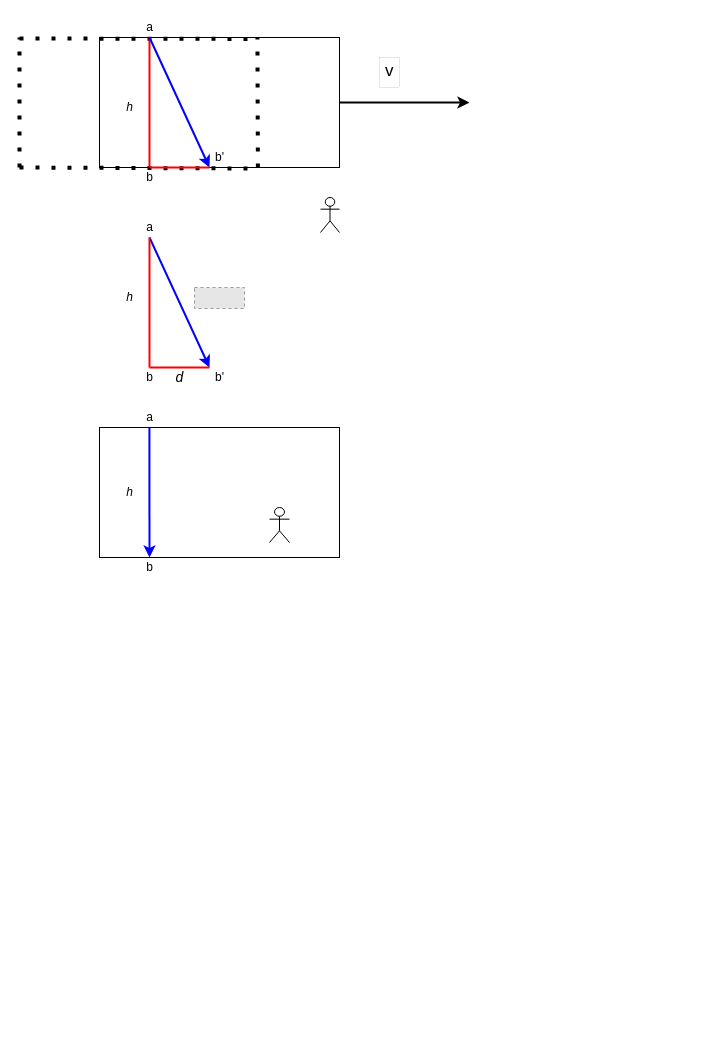
The draw.io diagram Untitled Diagram.drawio in RefractiveIndexbellow1/Math-ia-diagrams, before the edit. Source tidied: cells renumbered, new cells numbered last; positions are measured from the earlier drawing's top-left corner, leaving out a move shared by most shapes. Both pictures are drawn from the tidied source at 100%, with x=0, y=0 at pixel (19, 17). Pictures stored in the file or linked from it are replaced by grey dashed boxes.
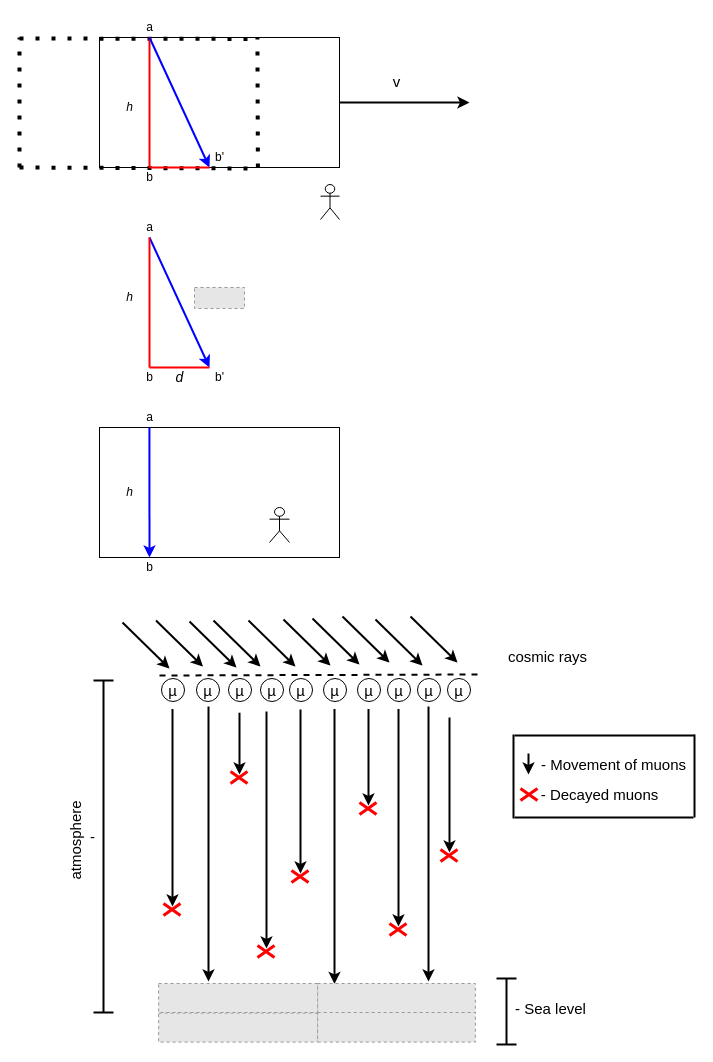
After the change.

The edit, as a diff of the source:
```diff
@@
-    <mxCell id="8" value="&lt;font color=&quot;#000000&quot;&gt;v&lt;/font&gt;" style="strokeWidth=0;shadow=0;dashed=0;align=center;html=1;shape=mxgraph.mockup.text.textBox;fontColor=#666666;align=left;fontSize=17;spacingLeft=4;spacingTop=-3;strokeColor=#000000;mainText=;" parent="1" vertex="1">
-      <mxGeometry x="360" y="40" width="20" height="30" as="geometry" />
-    </mxCell>
@@
     <mxCell id="31" style="shape=umlActor;verticalLabelPosition=bottom;verticalAlign=top;html=1;fontColor=#000000;strokeColor=#000000;strokeWidth=1;" parent="1" vertex="1">
-      <mxGeometry x="301" y="180" width="19" height="35" as="geometry" />
+      <mxGeometry x="301" y="167" width="19" height="35" as="geometry" />
     </mxCell>
+    <mxCell id="8" value="&lt;font style=&quot;font-size: 15px&quot;&gt;v&lt;/font&gt;" style="text;html=1;align=center;verticalAlign=middle;strokeColor=none;fillColor=none;fontColor=#000000;" parent="1" vertex="1">
+      <mxGeometry x="368" y="54" width="18" height="19" as="geometry" />
+    </mxCell>
+    <mxCell id="32" style="endArrow=none;dashed=1;html=1;rounded=0;fontSize=15;fontColor=#000000;endSize=6;strokeColor=#000000;strokeWidth=2;" parent="1" edge="1">
+      <mxGeometry relative="1" as="geometry">
+        <mxPoint x="140" y="658" as="sourcePoint" />
+        <mxPoint x="458" y="657" as="targetPoint" />
+      </mxGeometry>
+    </mxCell>
+    <mxCell id="33" value="µ" style="ellipse;whiteSpace=wrap;html=1;fontSize=15;fontColor=#000000;strokeColor=#000000;strokeWidth=1;" parent="1" vertex="1">
+      <mxGeometry x="177" y="661" width="23" height="23" as="geometry" />
+    </mxCell>
+    <mxCell id="34" value="µ" style="ellipse;whiteSpace=wrap;html=1;fontSize=15;fontColor=#000000;strokeColor=#000000;strokeWidth=1;" parent="1" vertex="1">
+      <mxGeometry x="338" y="661" width="23" height="23" as="geometry" />
+    </mxCell>
+    <mxCell id="35" value="µ" style="ellipse;whiteSpace=wrap;html=1;fontSize=15;fontColor=#000000;strokeColor=#000000;strokeWidth=1;" parent="1" vertex="1">
+      <mxGeometry x="270" y="661" width="23" height="23" as="geometry" />
+    </mxCell>
+    <mxCell id="36" value="µ" style="ellipse;whiteSpace=wrap;html=1;fontSize=15;fontColor=#000000;strokeColor=#000000;strokeWidth=1;" parent="1" vertex="1">
+      <mxGeometry x="209" y="661" width="23" height="23" as="geometry" />
+    </mxCell>
+    <mxCell id="37" value="µ" style="ellipse;whiteSpace=wrap;html=1;fontSize=15;fontColor=#000000;strokeColor=#000000;strokeWidth=1;" parent="1" vertex="1">
+      <mxGeometry x="368" y="661" width="23" height="23" as="geometry" />
+    </mxCell>
+    <mxCell id="38" value="µ" style="ellipse;whiteSpace=wrap;html=1;fontSize=15;fontColor=#000000;strokeColor=#000000;strokeWidth=1;" parent="1" vertex="1">
+      <mxGeometry x="142" y="661" width="23" height="23" as="geometry" />
+    </mxCell>
+    <mxCell id="39" value="µ" style="ellipse;whiteSpace=wrap;html=1;fontSize=15;fontColor=#000000;strokeColor=#000000;strokeWidth=1;" parent="1" vertex="1">
+      <mxGeometry x="398" y="661" width="23" height="23" as="geometry" />
+    </mxCell>
+    <mxCell id="40" value="µ" style="ellipse;whiteSpace=wrap;html=1;fontSize=15;fontColor=#000000;strokeColor=#000000;strokeWidth=1;" parent="1" vertex="1">
+      <mxGeometry x="304" y="661" width="23" height="23" as="geometry" />
+    </mxCell>
+    <mxCell id="41" value="µ" style="ellipse;whiteSpace=wrap;html=1;fontSize=15;fontColor=#000000;strokeColor=#000000;strokeWidth=1;" parent="1" vertex="1">
+      <mxGeometry x="241" y="661" width="23" height="23" as="geometry" />
+    </mxCell>
+    <mxCell id="42" value="µ" style="ellipse;whiteSpace=wrap;html=1;fontSize=15;fontColor=#000000;strokeColor=#000000;strokeWidth=1;" parent="1" vertex="1">
+      <mxGeometry x="428" y="661" width="23" height="23" as="geometry" />
+    </mxCell>
+    <mxCell id="43" style="endArrow=classic;html=1;rounded=0;fontSize=15;fontColor=#000000;endSize=6;strokeColor=#000000;strokeWidth=2;" parent="1" edge="1">
+      <mxGeometry relative="1" as="geometry">
+        <mxPoint x="103" y="605" as="sourcePoint" />
+        <mxPoint x="150" y="651" as="targetPoint" />
+      </mxGeometry>
+    </mxCell>
+    <mxCell id="44" style="endArrow=classic;html=1;rounded=0;fontSize=15;fontColor=#000000;endSize=6;strokeColor=#000000;strokeWidth=2;" parent="1" edge="1">
+      <mxGeometry relative="1" as="geometry">
+        <mxPoint x="136.5" y="603" as="sourcePoint" />
+        <mxPoint x="183.5" y="649" as="targetPoint" />
+      </mxGeometry>
+    </mxCell>
+    <mxCell id="45" style="endArrow=classic;html=1;rounded=0;fontSize=15;fontColor=#000000;endSize=6;strokeColor=#000000;strokeWidth=2;" parent="1" edge="1">
+      <mxGeometry relative="1" as="geometry">
+        <mxPoint x="170" y="604" as="sourcePoint" />
+        <mxPoint x="217" y="650" as="targetPoint" />
+      </mxGeometry>
+    </mxCell>
+    <mxCell id="46" style="endArrow=classic;html=1;rounded=0;fontSize=15;fontColor=#000000;endSize=6;strokeColor=#000000;strokeWidth=2;" parent="1" edge="1">
+      <mxGeometry relative="1" as="geometry">
+        <mxPoint x="264" y="602" as="sourcePoint" />
+        <mxPoint x="311" y="648" as="targetPoint" />
+      </mxGeometry>
+    </mxCell>
+    <mxCell id="47" style="endArrow=classic;html=1;rounded=0;fontSize=15;fontColor=#000000;endSize=6;strokeColor=#000000;strokeWidth=2;" parent="1" edge="1">
+      <mxGeometry relative="1" as="geometry">
+        <mxPoint x="229" y="603" as="sourcePoint" />
+        <mxPoint x="276" y="649" as="targetPoint" />
+      </mxGeometry>
+    </mxCell>
+    <mxCell id="48" style="endArrow=classic;html=1;rounded=0;fontSize=15;fontColor=#000000;endSize=6;strokeColor=#000000;strokeWidth=2;" parent="1" edge="1">
+      <mxGeometry relative="1" as="geometry">
+        <mxPoint x="194" y="603" as="sourcePoint" />
+        <mxPoint x="241" y="649" as="targetPoint" />
+      </mxGeometry>
+    </mxCell>
+    <mxCell id="49" style="endArrow=classic;html=1;rounded=0;fontSize=15;fontColor=#000000;endSize=6;strokeColor=#000000;strokeWidth=2;" parent="1" edge="1">
+      <mxGeometry relative="1" as="geometry">
+        <mxPoint x="391" y="599" as="sourcePoint" />
+        <mxPoint x="438" y="645" as="targetPoint" />
+      </mxGeometry>
+    </mxCell>
+    <mxCell id="50" style="endArrow=classic;html=1;rounded=0;fontSize=15;fontColor=#000000;endSize=6;strokeColor=#000000;strokeWidth=2;" parent="1" edge="1">
+      <mxGeometry relative="1" as="geometry">
+        <mxPoint x="356" y="602" as="sourcePoint" />
+        <mxPoint x="403" y="648" as="targetPoint" />
+      </mxGeometry>
+    </mxCell>
+    <mxCell id="51" style="endArrow=classic;html=1;rounded=0;fontSize=15;fontColor=#000000;endSize=6;strokeColor=#000000;strokeWidth=2;" parent="1" edge="1">
+      <mxGeometry relative="1" as="geometry">
+        <mxPoint x="323" y="599" as="sourcePoint" />
+        <mxPoint x="370" y="645" as="targetPoint" />
+      </mxGeometry>
+    </mxCell>
+    <mxCell id="52" style="endArrow=classic;html=1;rounded=0;fontSize=15;fontColor=#000000;endSize=6;strokeColor=#000000;strokeWidth=2;" parent="1" edge="1">
+      <mxGeometry relative="1" as="geometry">
+        <mxPoint x="293" y="601" as="sourcePoint" />
+        <mxPoint x="340" y="647" as="targetPoint" />
+      </mxGeometry>
+    </mxCell>
+    <mxCell id="53" value="cosmic rays" style="text;html=1;align=center;verticalAlign=middle;strokeColor=none;fillColor=none;fontSize=15;fontColor=#000000;" parent="1" vertex="1">
+      <mxGeometry x="483" y="628" width="89" height="22" as="geometry" />
+    </mxCell>
+    <mxCell id="54" value="atmosphere&lt;br&gt;" style="text;html=1;align=center;verticalAlign=middle;strokeColor=none;fillColor=none;fontSize=15;fontColor=#000000;rotation=270;" parent="1" vertex="1">
+      <mxGeometry x="11" y="813" width="89" height="22" as="geometry" />
+    </mxCell>
+    <mxCell id="55" style="shape=crossbar;whiteSpace=wrap;html=1;rounded=1;direction=south;fontSize=15;fontColor=#000000;strokeColor=#000000;strokeWidth=2;" parent="1" vertex="1">
+      <mxGeometry x="74" y="663" width="20" height="332" as="geometry" />
+    </mxCell>
+    <mxCell id="56" style="endArrow=classic;html=1;rounded=0;fontSize=15;fontColor=#000000;endSize=6;strokeColor=#000000;strokeWidth=2;" parent="1" edge="1">
+      <mxGeometry relative="1" as="geometry">
+        <mxPoint x="153" y="691.5" as="sourcePoint" />
+        <mxPoint x="153" y="889" as="targetPoint" />
+      </mxGeometry>
+    </mxCell>
+    <mxCell id="57" style="endArrow=classic;html=1;rounded=0;fontSize=15;fontColor=#000000;endSize=6;strokeColor=#000000;strokeWidth=2;" parent="1" edge="1">
+      <mxGeometry relative="1" as="geometry">
+        <mxPoint x="189" y="689" as="sourcePoint" />
+        <mxPoint x="189" y="964" as="targetPoint" />
+      </mxGeometry>
+    </mxCell>
+    <mxCell id="58" style="endArrow=classic;html=1;rounded=0;fontSize=15;fontColor=#000000;endSize=6;strokeColor=#000000;strokeWidth=2;" parent="1" edge="1">
+      <mxGeometry relative="1" as="geometry">
+        <mxPoint x="247" y="694" as="sourcePoint" />
+        <mxPoint x="247" y="931" as="targetPoint" />
+      </mxGeometry>
+    </mxCell>
+    <mxCell id="59" style="endArrow=classic;html=1;rounded=0;fontSize=15;fontColor=#000000;endSize=6;strokeColor=#000000;strokeWidth=2;" parent="1" edge="1">
+      <mxGeometry relative="1" as="geometry">
+        <mxPoint x="315" y="691.5" as="sourcePoint" />
+        <mxPoint x="315" y="966.5" as="targetPoint" />
+      </mxGeometry>
+    </mxCell>
+    <mxCell id="60" style="endArrow=classic;html=1;rounded=0;fontSize=15;fontColor=#000000;endSize=6;strokeColor=#000000;strokeWidth=2;" parent="1" edge="1">
+      <mxGeometry relative="1" as="geometry">
+        <mxPoint x="349" y="691.5" as="sourcePoint" />
+        <mxPoint x="349" y="788" as="targetPoint" />
+      </mxGeometry>
+    </mxCell>
+    <mxCell id="61" style="endArrow=classic;html=1;rounded=0;fontSize=15;fontColor=#000000;endSize=6;strokeColor=#000000;strokeWidth=2;" parent="1" edge="1">
+      <mxGeometry relative="1" as="geometry">
+        <mxPoint x="379" y="691.5" as="sourcePoint" />
+        <mxPoint x="379" y="909" as="targetPoint" />
+      </mxGeometry>
+    </mxCell>
+    <mxCell id="62" style="endArrow=classic;html=1;rounded=0;fontSize=15;fontColor=#000000;endSize=6;strokeColor=#000000;strokeWidth=2;" parent="1" edge="1">
+      <mxGeometry relative="1" as="geometry">
+        <mxPoint x="409" y="689" as="sourcePoint" />
+        <mxPoint x="409" y="964" as="targetPoint" />
+      </mxGeometry>
+    </mxCell>
+    <mxCell id="63" style="endArrow=classic;html=1;rounded=0;fontSize=15;fontColor=#000000;endSize=6;strokeColor=#000000;strokeWidth=2;" parent="1" edge="1">
+      <mxGeometry relative="1" as="geometry">
+        <mxPoint x="430" y="700" as="sourcePoint" />
+        <mxPoint x="430" y="835" as="targetPoint" />
+      </mxGeometry>
+    </mxCell>
+    <mxCell id="64" style="shape=umlDestroy;whiteSpace=wrap;html=1;strokeWidth=3;fontSize=15;fontColor=#000000;strokeColor=#FF0000;" parent="1" vertex="1">
+      <mxGeometry x="421" y="832" width="17" height="12" as="geometry" />
+    </mxCell>
+    <mxCell id="65" style="shape=umlDestroy;whiteSpace=wrap;html=1;strokeWidth=3;fontSize=15;fontColor=#000000;strokeColor=#FF0000;" parent="1" vertex="1">
+      <mxGeometry x="340" y="785" width="17" height="12" as="geometry" />
+    </mxCell>
+    <mxCell id="66" style="shape=umlDestroy;whiteSpace=wrap;html=1;strokeWidth=3;fontSize=15;fontColor=#000000;strokeColor=#FF0000;" parent="1" vertex="1">
+      <mxGeometry x="370" y="906" width="17" height="12" as="geometry" />
+    </mxCell>
+    <mxCell id="67" style="shape=umlDestroy;whiteSpace=wrap;html=1;strokeWidth=3;fontSize=15;fontColor=#000000;strokeColor=#FF0000;" parent="1" vertex="1">
+      <mxGeometry x="272" y="853" width="17" height="12" as="geometry" />
+    </mxCell>
+    <mxCell id="68" style="shape=umlDestroy;whiteSpace=wrap;html=1;strokeWidth=3;fontSize=15;fontColor=#000000;strokeColor=#FF0000;" parent="1" vertex="1">
+      <mxGeometry x="238" y="928" width="17" height="12" as="geometry" />
+    </mxCell>
+    <mxCell id="69" style="shape=umlDestroy;whiteSpace=wrap;html=1;strokeWidth=3;fontSize=15;fontColor=#000000;strokeColor=#FF0000;" parent="1" vertex="1">
+      <mxGeometry x="211" y="754" width="17" height="12" as="geometry" />
+    </mxCell>
+    <mxCell id="70" style="endArrow=classic;html=1;rounded=0;fontSize=15;fontColor=#000000;endSize=6;strokeColor=#000000;strokeWidth=2;" parent="1" edge="1">
+      <mxGeometry relative="1" as="geometry">
+        <mxPoint x="220" y="695.2" as="sourcePoint" />
+        <mxPoint x="220" y="757" as="targetPoint" />
+      </mxGeometry>
+    </mxCell>
+    <mxCell id="71" style="endArrow=classic;html=1;rounded=0;fontSize=15;fontColor=#000000;endSize=6;strokeColor=#000000;strokeWidth=2;" parent="1" edge="1">
+      <mxGeometry relative="1" as="geometry">
+        <mxPoint x="281" y="692" as="sourcePoint" />
+        <mxPoint x="281" y="856" as="targetPoint" />
+      </mxGeometry>
+    </mxCell>
+    <mxCell id="72" value="- Decayed muons" style="text;html=1;align=center;verticalAlign=middle;strokeColor=none;fillColor=none;fontSize=15;fontColor=#000000;" parent="1" vertex="1">
+      <mxGeometry x="516" y="766" width="128" height="22" as="geometry" />
+    </mxCell>
+    <mxCell id="73" style="shape=umlDestroy;whiteSpace=wrap;html=1;strokeWidth=3;fontSize=15;fontColor=#000000;strokeColor=#FF0000;" parent="1" vertex="1">
+      <mxGeometry x="501" y="771" width="17" height="12" as="geometry" />
+    </mxCell>
+    <mxCell id="74" style="shape=umlDestroy;whiteSpace=wrap;html=1;strokeWidth=3;fontSize=15;fontColor=#000000;strokeColor=#FF0000;" parent="1" vertex="1">
+      <mxGeometry x="144" y="886" width="17" height="12" as="geometry" />
+    </mxCell>
+    <mxCell id="75" style="fillColor=#E6E6E6;strokeColor=#999999;dashed=1;verticalLabelPosition=bottom;verticalAlign=top;fontSize=15;fontColor=#000000;" parent="1" vertex="1">
+      <mxGeometry x="298.1" y="966" width="157.8" height="29.6" as="geometry" />
+    </mxCell>
+    <mxCell id="76" style="fillColor=#E6E6E6;strokeColor=#999999;dashed=1;verticalLabelPosition=bottom;verticalAlign=top;fontSize=15;fontColor=#000000;" parent="1" vertex="1">
+      <mxGeometry x="139.1" y="966" width="159" height="29" as="geometry" />
+    </mxCell>
+    <mxCell id="77" style="fillColor=#E6E6E6;strokeColor=#999999;dashed=1;verticalLabelPosition=bottom;verticalAlign=top;fontSize=15;fontColor=#000000;" parent="1" vertex="1">
+      <mxGeometry x="139.1" y="995.6" width="159" height="29" as="geometry" />
+    </mxCell>
+    <mxCell id="78" style="fillColor=#E6E6E6;strokeColor=#999999;dashed=1;verticalLabelPosition=bottom;verticalAlign=top;fontSize=15;fontColor=#000000;" parent="1" vertex="1">
+      <mxGeometry x="298.1" y="995" width="157.8" height="29.6" as="geometry" />
+    </mxCell>
+    <mxCell id="79" value="- Sea level" style="text;html=1;align=center;verticalAlign=middle;strokeColor=none;fillColor=none;fontSize=15;fontColor=#000000;" parent="1" vertex="1">
+      <mxGeometry x="490" y="980" width="81" height="22" as="geometry" />
+    </mxCell>
+    <mxCell id="80" style="shape=crossbar;whiteSpace=wrap;html=1;rounded=1;direction=south;fontSize=15;fontColor=#000000;strokeColor=#000000;strokeWidth=2;" parent="1" vertex="1">
+      <mxGeometry x="477" y="961" width="20" height="66" as="geometry" />
+    </mxCell>
+    <mxCell id="81" value="-" style="text;html=1;align=center;verticalAlign=middle;strokeColor=none;fillColor=none;fontSize=15;fontColor=#000000;" parent="1" vertex="1">
+      <mxGeometry x="65" y="808" width="15" height="22" as="geometry" />
+    </mxCell>
+    <mxCell id="82" style="endArrow=classic;html=1;rounded=0;fontSize=15;fontColor=#000000;endSize=6;strokeColor=#000000;strokeWidth=2;" parent="1" edge="1">
+      <mxGeometry relative="1" as="geometry">
+        <mxPoint x="509" y="736" as="sourcePoint" />
+        <mxPoint x="509" y="757" as="targetPoint" />
+      </mxGeometry>
+    </mxCell>
+    <mxCell id="83" value="- Movement of muons" style="text;html=1;align=center;verticalAlign=middle;strokeColor=none;fillColor=none;fontSize=15;fontColor=#000000;" parent="1" vertex="1">
+      <mxGeometry x="516" y="736" width="155" height="22" as="geometry" />
+    </mxCell>
+    <mxCell id="84" style="endArrow=none;html=1;rounded=0;fontSize=15;fontColor=#000000;endSize=6;strokeColor=#000000;strokeWidth=2;" parent="1" edge="1">
+      <mxGeometry relative="1" as="geometry">
+        <mxPoint x="494" y="801" as="sourcePoint" />
+        <mxPoint x="494" y="717" as="targetPoint" />
+      </mxGeometry>
+    </mxCell>
+    <mxCell id="85" style="endArrow=none;html=1;rounded=0;fontSize=15;fontColor=#000000;endSize=6;strokeColor=#000000;strokeWidth=2;" parent="1" edge="1">
+      <mxGeometry relative="1" as="geometry">
+        <mxPoint x="495" y="718" as="sourcePoint" />
+        <mxPoint x="675" y="718" as="targetPoint" />
+      </mxGeometry>
+    </mxCell>
+    <mxCell id="86" style="endArrow=none;html=1;rounded=0;fontSize=15;fontColor=#000000;endSize=6;strokeColor=#000000;strokeWidth=2;" parent="1" edge="1">
+      <mxGeometry relative="1" as="geometry">
+        <mxPoint x="495" y="800" as="sourcePoint" />
+        <mxPoint x="674" y="800" as="targetPoint" />
+      </mxGeometry>
+    </mxCell>
+    <mxCell id="87" style="endArrow=none;html=1;rounded=0;fontSize=15;fontColor=#000000;endSize=6;strokeColor=#000000;strokeWidth=2;" parent="1" edge="1">
+      <mxGeometry relative="1" as="geometry">
+        <mxPoint x="675" y="800" as="sourcePoint" />
+        <mxPoint x="675" y="717" as="targetPoint" />
+      </mxGeometry>
+    </mxCell>
```
